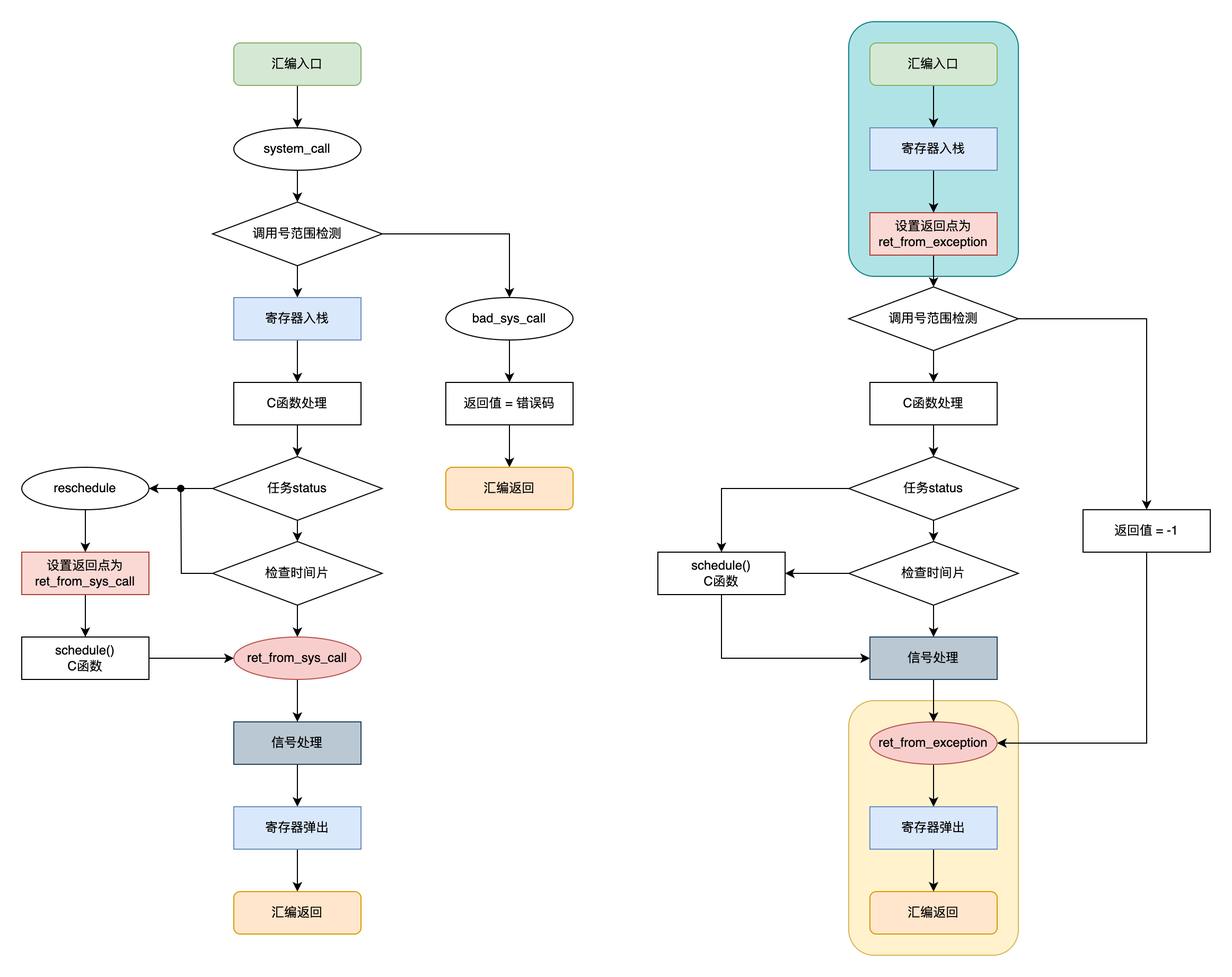
The draw.io diagram asset/syscall汇编设计.drawio.png in LiuJiLan/OldLinuxRV_0_01, before a commit. Source tidied: cells renumbered, new cells last; positions are measured from the earlier drawing's top-left corner, leaving out a move shared by most shapes.
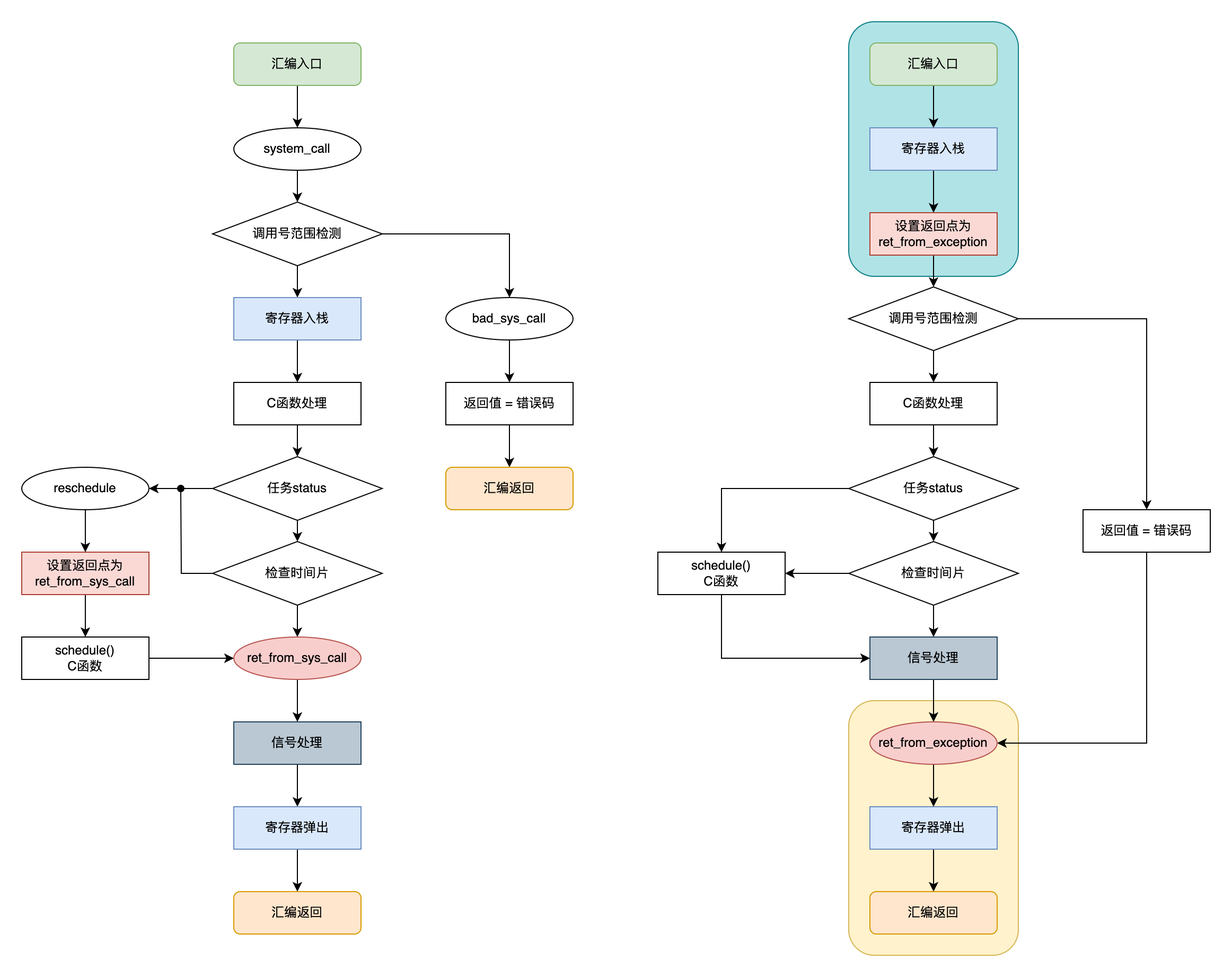
Later version of the same file.

What changed in the source:
```diff
@@ -127,7 +127,7 @@
     <mxCell id="42" style="edgeStyle=orthogonalEdgeStyle;rounded=0;jettySize=auto;html=1;exitX=0.5;exitY=1;exitDx=0;exitDy=0;entryX=1;entryY=0.5;entryDx=0;entryDy=0;" parent="1" edge="1" source="43" target="60">
       <mxGeometry relative="1" as="geometry" />
     </mxCell>
-    <mxCell id="43" value="返回值 = -1" style="rounded=0;whiteSpace=wrap;html=1;" parent="1" vertex="1">
+    <mxCell id="43" value="返回值 = 错误码" style="rounded=0;whiteSpace=wrap;html=1;" parent="1" vertex="1">
       <mxGeometry x="1001" y="460" width="120" height="40" as="geometry" />
     </mxCell>
     <mxCell id="44" style="edgeStyle=orthogonalEdgeStyle;rounded=0;jettySize=auto;html=1;exitX=0.5;exitY=1;exitDx=0;exitDy=0;" parent="1" edge="1" source="45" target="62">
```
